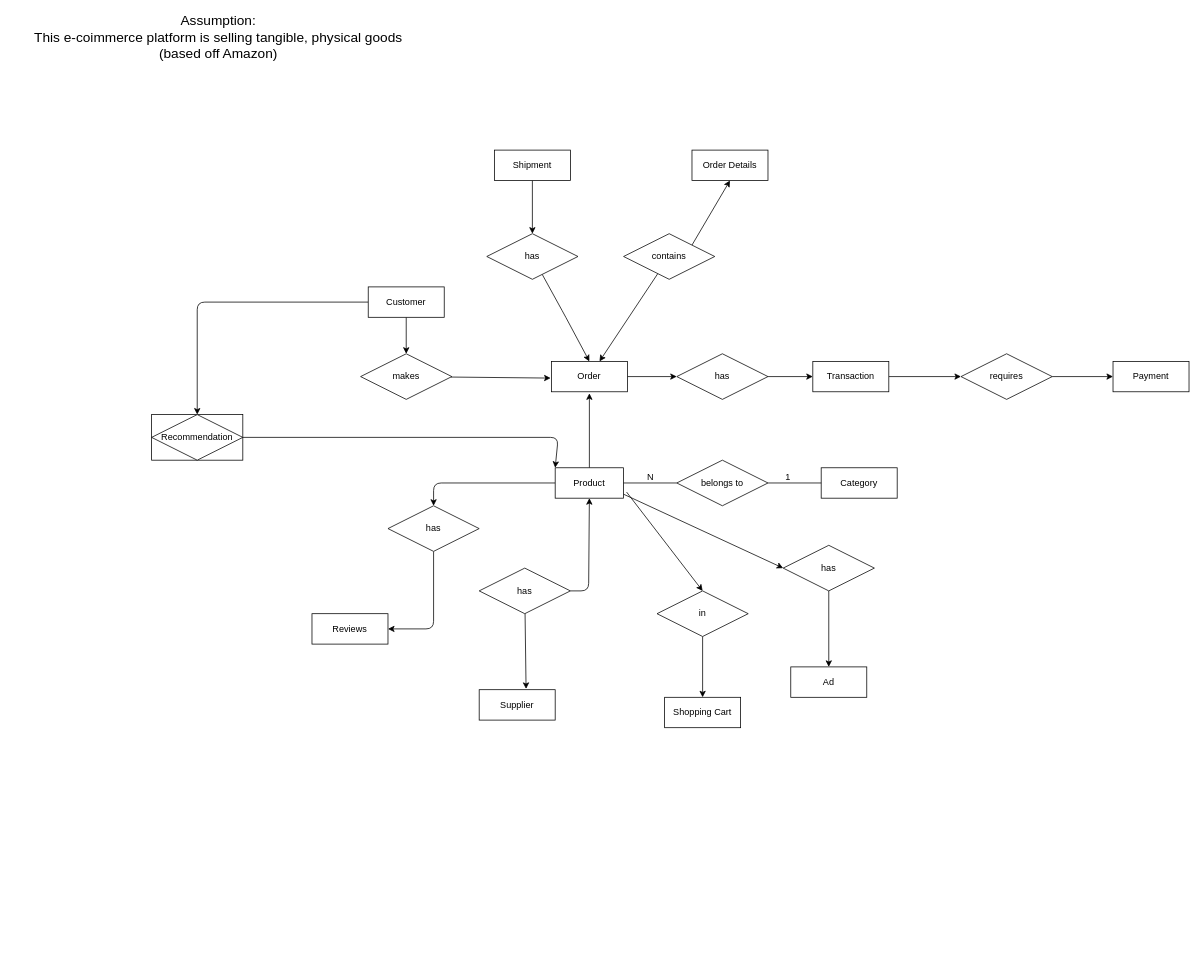
Earlier version of the draw.io diagram E_R_Diagram/Jeanne_ER (WIP).drawio (diego-karsa/Data-Management-Group-15). Source tidied: cells renumbered, new cells numbered last; positions are measured from the earlier drawing's top-left corner, leaving out a move shared by most shapes. Both pictures are drawn from the tidied source at 76%, with x=0, y=0 at pixel (13, 26).
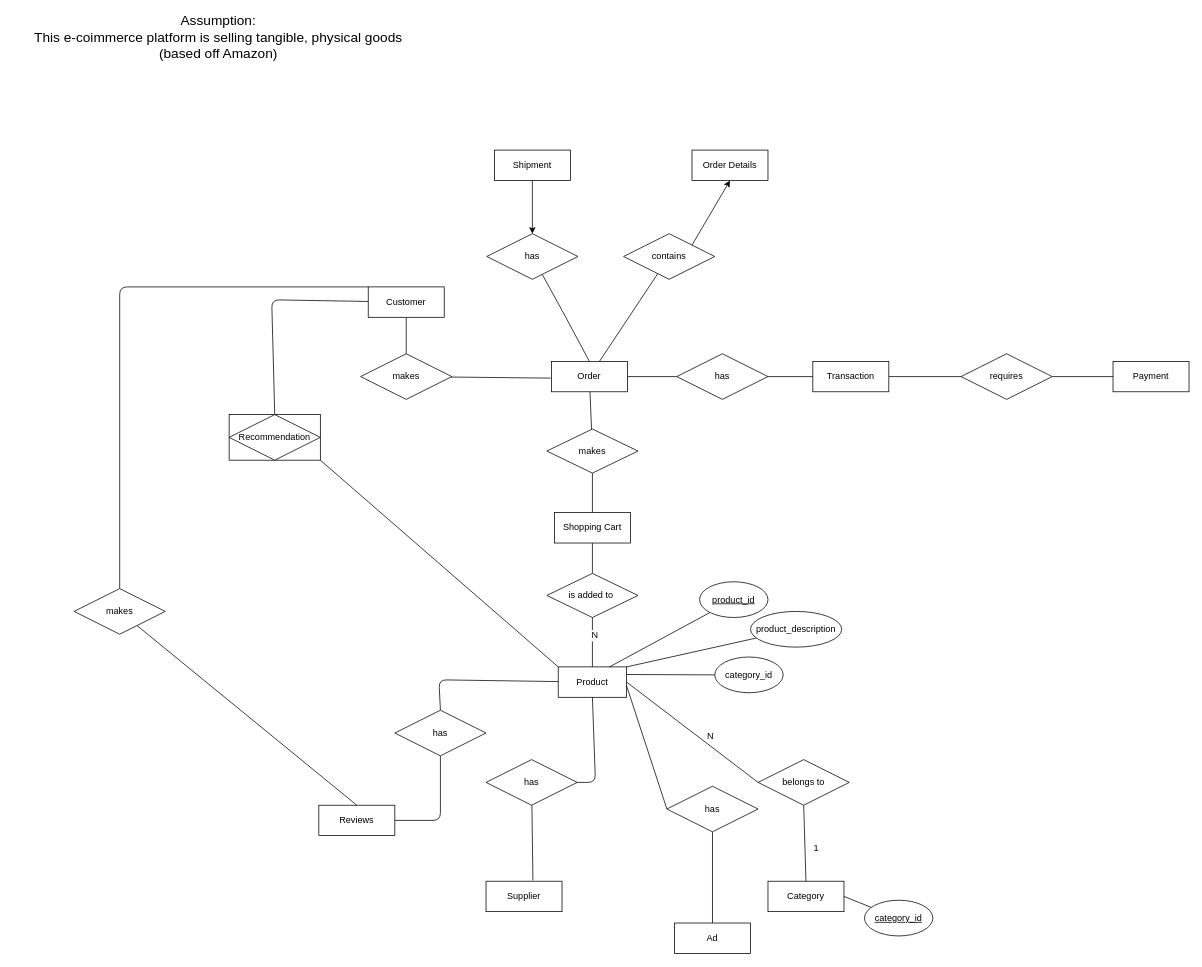
Above is the later version.

Unchanged cells that the change refers to:
```xml
<mxCell id="4" value="Customer" style="whiteSpace=wrap;html=1;align=center;" parent="1" vertex="1">
  <mxGeometry x="467" y="343" width="100" height="40" as="geometry" />
</mxCell>
<mxCell id="11" value="Order" style="whiteSpace=wrap;html=1;align=center;" parent="1" vertex="1">
  <mxGeometry x="708" y="441" width="100" height="40" as="geometry" />
</mxCell>
<mxCell id="18" style="endArrow=none;html=1;rounded=0;exitX=0;exitY=0.5;exitDx=0;exitDy=0;entryX=1;entryY=0.5;entryDx=0;entryDy=0;" parent="1" edge="1" source="15" target="9">
  <mxGeometry relative="1" as="geometry" />
</mxCell>
<mxCell id="21" value="Transaction" style="whiteSpace=wrap;html=1;align=center;" parent="1" vertex="1">
  <mxGeometry x="1052" y="441" width="100" height="40" as="geometry" />
</mxCell>
<mxCell id="22" value="Payment" style="whiteSpace=wrap;html=1;align=center;" parent="1" vertex="1">
  <mxGeometry x="1447" y="441" width="100" height="40" as="geometry" />
</mxCell>
<mxCell id="41" value="makes" style="shape=rhombus;perimeter=rhombusPerimeter;whiteSpace=wrap;html=1;align=center;" parent="1" vertex="1">
  <mxGeometry x="457" y="431" width="120" height="60" as="geometry" />
</mxCell>
<mxCell id="43" value="has" style="shape=rhombus;perimeter=rhombusPerimeter;whiteSpace=wrap;html=1;align=center;" parent="1" vertex="1">
  <mxGeometry x="623" y="273" width="120" height="60" as="geometry" />
</mxCell>
<mxCell id="47" value="contains" style="shape=rhombus;perimeter=rhombusPerimeter;whiteSpace=wrap;html=1;align=center;" parent="1" vertex="1">
  <mxGeometry x="803" y="273" width="120" height="60" as="geometry" />
</mxCell>
<mxCell id="49" value="requires" style="shape=rhombus;perimeter=rhombusPerimeter;whiteSpace=wrap;html=1;align=center;" parent="1" vertex="1">
  <mxGeometry x="1247" y="431" width="120" height="60" as="geometry" />
</mxCell>
<mxCell id="51" value="has" style="shape=rhombus;perimeter=rhombusPerimeter;whiteSpace=wrap;html=1;align=center;" parent="1" vertex="1">
  <mxGeometry x="873" y="431" width="120" height="60" as="geometry" />
</mxCell>
```

What changed in the source:
```diff
@@
-    <mxCell id="2" style="edgeStyle=none;html=1;entryX=0.5;entryY=0;entryDx=0;entryDy=0;endArrow=classic;endFill=1;" parent="1" edge="1" source="4" target="41">
+    <mxCell id="2" style="edgeStyle=none;html=1;entryX=0.5;entryY=0;entryDx=0;entryDy=0;endArrow=none;endFill=0;" parent="1" edge="1" source="4" target="41">
       <mxGeometry relative="1" as="geometry" />
     </mxCell>
-    <mxCell id="3" style="edgeStyle=none;html=1;entryX=0.5;entryY=0;entryDx=0;entryDy=0;" parent="1" edge="1" source="4" target="30">
+    <mxCell id="3" style="edgeStyle=none;html=1;entryX=0.5;entryY=0;entryDx=0;entryDy=0;endArrow=none;endFill=0;" parent="1" edge="1" source="4" target="30">
       <mxGeometry relative="1" as="geometry">
         <Array as="points">
-          <mxPoint x="242" y="363" />
+          <mxPoint x="340" y="360" />
         </Array>
       </mxGeometry>
     </mxCell>
@@
-    <mxCell id="5" style="edgeStyle=none;html=1;entryX=0.5;entryY=0;entryDx=0;entryDy=0;endArrow=classic;endFill=1;" parent="1" edge="1" source="9" target="32">
+    <mxCell id="5" style="edgeStyle=none;html=1;entryX=0.5;entryY=0;entryDx=0;entryDy=0;endArrow=none;endFill=0;" parent="1" edge="1" source="9" target="32">
       <mxGeometry relative="1" as="geometry">
         <Array as="points">
-          <mxPoint x="553" y="601" />
+          <mxPoint x="560" y="860" />
         </Array>
       </mxGeometry>
     </mxCell>
-    <mxCell id="6" style="edgeStyle=none;html=1;entryX=0.5;entryY=0;entryDx=0;entryDy=0;endArrow=classic;endFill=1;" parent="1" edge="1" target="37">
-      <mxGeometry relative="1" as="geometry">
-        <mxPoint x="807" y="613" as="sourcePoint" />
-      </mxGeometry>
-    </mxCell>
-    <mxCell id="7" style="edgeStyle=none;html=1;entryX=0;entryY=0.5;entryDx=0;entryDy=0;endArrow=classic;endFill=1;" parent="1" edge="1" target="39">
+    <mxCell id="7" style="edgeStyle=none;html=1;entryX=0;entryY=0.5;entryDx=0;entryDy=0;endArrow=none;endFill=0;" parent="1" edge="1" target="39">
       <mxGeometry relative="1" as="geometry">
-        <mxPoint x="797" y="613" as="sourcePoint" />
+        <mxPoint x="806" y="865" as="sourcePoint" />
       </mxGeometry>
     </mxCell>
-    <mxCell id="8" style="edgeStyle=none;html=1;endArrow=classic;endFill=1;" parent="1" edge="1" source="9">
-      <mxGeometry relative="1" as="geometry">
-        <mxPoint x="758" y="483" as="targetPoint" />
-      </mxGeometry>
-    </mxCell>
+    <mxCell id="52" style="edgeStyle=none;html=1;entryX=0.5;entryY=1;entryDx=0;entryDy=0;fontSize=18;endArrow=none;endFill=0;" parent="1" edge="1" source="9" target="37">
+      <mxGeometry relative="1" as="geometry" />
+    </mxCell>
+    <mxCell id="53" value="N" style="edgeLabel;html=1;align=center;verticalAlign=middle;fontSize=12;" parent="52" vertex="1">
+      <mxGeometry x="0.3" y="-2" relative="1" as="geometry" />
+    </mxCell>
     <mxCell id="9" value="Product" style="whiteSpace=wrap;html=1;align=center;" parent="1" vertex="1">
-      <mxGeometry x="713" y="581" width="90" height="40" as="geometry" />
+      <mxGeometry x="717" y="843" width="90" height="40" as="geometry" />
     </mxCell>
-    <mxCell id="10" style="edgeStyle=none;html=1;fontSize=18;" parent="1" edge="1" source="11" target="51">
+    <mxCell id="10" style="edgeStyle=none;html=1;fontSize=18;endArrow=none;endFill=0;" parent="1" edge="1" source="11" target="51">
       <mxGeometry relative="1" as="geometry" />
     </mxCell>
@@
     <mxCell id="12" value="Supplier" style="whiteSpace=wrap;html=1;align=center;" parent="1" vertex="1">
-      <mxGeometry x="613" y="873" width="100" height="40" as="geometry" />
+      <mxGeometry x="622" y="1125" width="100" height="40" as="geometry" />
     </mxCell>
     <mxCell id="13" value="Category" style="whiteSpace=wrap;html=1;align=center;" parent="1" vertex="1">
-      <mxGeometry x="1063" y="581" width="100" height="40" as="geometry" />
+      <mxGeometry x="993" y="1125" width="100" height="40" as="geometry" />
     </mxCell>
     <mxCell id="14" value="Ad" style="whiteSpace=wrap;html=1;align=center;" parent="1" vertex="1">
-      <mxGeometry x="1023" y="843" width="100" height="40" as="geometry" />
+      <mxGeometry x="870" y="1180" width="100" height="40" as="geometry" />
     </mxCell>
     <mxCell id="15" value="belongs to" style="shape=rhombus;perimeter=rhombusPerimeter;whiteSpace=wrap;html=1;align=center;" parent="1" vertex="1">
-      <mxGeometry x="873" y="571" width="120" height="60" as="geometry" />
+      <mxGeometry x="980" y="965" width="120" height="60" as="geometry" />
     </mxCell>
-    <mxCell id="16" style="endArrow=none;html=1;rounded=0;exitX=1;exitY=0.5;exitDx=0;exitDy=0;entryX=0;entryY=0.5;entryDx=0;entryDy=0;" parent="1" edge="1" source="15" target="13">
+    <mxCell id="16" style="endArrow=none;html=1;rounded=0;exitX=0.5;exitY=1;exitDx=0;exitDy=0;entryX=0.5;entryY=0;entryDx=0;entryDy=0;" parent="1" edge="1" source="15" target="13">
       <mxGeometry relative="1" as="geometry" />
     </mxCell>
     <mxCell id="17" value="1" style="html=1;align=right;verticalAlign=bottom;" parent="16" vertex="1">
       <mxGeometry x="1" relative="1" as="geometry">
-        <mxPoint x="-40" as="offset" />
+        <mxPoint x="17" y="-35" as="offset" />
       </mxGeometry>
     </mxCell>
@@
     <mxCell id="19" value="N" style="html=1;align=right;verticalAlign=bottom;" parent="18" vertex="1">
       <mxGeometry x="1" relative="1" as="geometry">
-        <mxPoint x="40" as="offset" />
+        <mxPoint x="115" y="80" as="offset" />
       </mxGeometry>
     </mxCell>
-    <mxCell id="20" style="edgeStyle=none;html=1;fontSize=18;" parent="1" edge="1" source="21" target="49">
+    <mxCell id="20" style="edgeStyle=none;html=1;fontSize=18;endArrow=none;endFill=0;" parent="1" edge="1" source="21" target="49">
       <mxGeometry relative="1" as="geometry" />
     </mxCell>
@@
+    <mxCell id="54" style="edgeStyle=none;html=1;fontSize=18;endArrow=none;endFill=0;" parent="1" edge="1" source="24" target="56">
+      <mxGeometry relative="1" as="geometry" />
+    </mxCell>
     <mxCell id="24" value="Shopping Cart" style="whiteSpace=wrap;html=1;align=center;" parent="1" vertex="1">
-      <mxGeometry x="857" y="883" width="100" height="40" as="geometry" />
+      <mxGeometry x="712" y="640" width="100" height="40" as="geometry" />
     </mxCell>
@@
     <mxCell id="27" value="Reviews" style="whiteSpace=wrap;html=1;align=center;" parent="1" vertex="1">
-      <mxGeometry x="393" y="773" width="100" height="40" as="geometry" />
+      <mxGeometry x="402" y="1025" width="100" height="40" as="geometry" />
     </mxCell>
     <mxCell id="28" style="rounded=0;whiteSpace=wrap;html=1;" parent="1" vertex="1">
-      <mxGeometry x="182" y="511" width="120" height="60" as="geometry" />
+      <mxGeometry x="284" y="511" width="120" height="60" as="geometry" />
     </mxCell>
-    <mxCell id="29" style="edgeStyle=none;html=1;entryX=0;entryY=0;entryDx=0;entryDy=0;" parent="1" edge="1" source="30" target="9">
-      <mxGeometry relative="1" as="geometry">
-        <Array as="points">
-          <mxPoint x="717" y="541" />
-        </Array>
-      </mxGeometry>
+    <mxCell id="29" style="edgeStyle=none;html=1;entryX=0;entryY=0;entryDx=0;entryDy=0;exitX=1;exitY=1;exitDx=0;exitDy=0;endArrow=none;endFill=0;" parent="1" edge="1" source="28" target="9">
+      <mxGeometry relative="1" as="geometry" />
     </mxCell>
     <mxCell id="30" value="Recommendation" style="rhombus;whiteSpace=wrap;html=1;" parent="1" vertex="1">
-      <mxGeometry x="182" y="511" width="120" height="60" as="geometry" />
+      <mxGeometry x="284" y="511" width="120" height="60" as="geometry" />
     </mxCell>
-    <mxCell id="31" style="edgeStyle=none;html=1;entryX=1;entryY=0.5;entryDx=0;entryDy=0;endArrow=classic;endFill=1;" parent="1" edge="1" source="32" target="27">
+    <mxCell id="31" style="edgeStyle=none;html=1;entryX=1;entryY=0.5;entryDx=0;entryDy=0;endArrow=none;endFill=0;" parent="1" edge="1" source="32" target="27">
       <mxGeometry relative="1" as="geometry">
         <Array as="points">
-          <mxPoint x="553" y="793" />
+          <mxPoint x="562" y="1045" />
         </Array>
       </mxGeometry>
     </mxCell>
     <mxCell id="32" value="has&lt;br&gt;" style="shape=rhombus;perimeter=rhombusPerimeter;whiteSpace=wrap;html=1;align=center;" parent="1" vertex="1">
-      <mxGeometry x="493" y="631" width="120" height="60" as="geometry" />
+      <mxGeometry x="502" y="900" width="120" height="60" as="geometry" />
     </mxCell>
-    <mxCell id="33" style="edgeStyle=none;html=1;entryX=0.617;entryY=-0.026;entryDx=0;entryDy=0;entryPerimeter=0;endArrow=classic;endFill=1;" parent="1" edge="1" source="35" target="12">
+    <mxCell id="33" style="edgeStyle=none;html=1;entryX=0.617;entryY=-0.026;entryDx=0;entryDy=0;entryPerimeter=0;endArrow=none;endFill=0;" parent="1" edge="1" source="35" target="12">
       <mxGeometry relative="1" as="geometry" />
     </mxCell>
-    <mxCell id="34" style="edgeStyle=none;html=1;entryX=0.5;entryY=1;entryDx=0;entryDy=0;endArrow=classic;endFill=1;" parent="1" edge="1" source="35" target="9">
+    <mxCell id="34" style="edgeStyle=none;html=1;entryX=0.5;entryY=1;entryDx=0;entryDy=0;endArrow=none;endFill=0;" parent="1" edge="1" source="35" target="9">
       <mxGeometry relative="1" as="geometry">
         <Array as="points">
-          <mxPoint x="757" y="743" />
+          <mxPoint x="766" y="995" />
         </Array>
       </mxGeometry>
     </mxCell>
     <mxCell id="35" value="has&lt;br&gt;" style="shape=rhombus;perimeter=rhombusPerimeter;whiteSpace=wrap;html=1;align=center;" parent="1" vertex="1">
-      <mxGeometry x="613" y="713" width="120" height="60" as="geometry" />
+      <mxGeometry x="622" y="965" width="120" height="60" as="geometry" />
     </mxCell>
-    <mxCell id="36" style="edgeStyle=none;html=1;endArrow=classic;endFill=1;" parent="1" edge="1" source="37" target="24">
+    <mxCell id="36" style="edgeStyle=none;html=1;endArrow=none;endFill=0;" parent="1" edge="1" source="37" target="24">
       <mxGeometry relative="1" as="geometry" />
     </mxCell>
-    <mxCell id="37" value="in" style="shape=rhombus;perimeter=rhombusPerimeter;whiteSpace=wrap;html=1;align=center;" parent="1" vertex="1">
-      <mxGeometry x="847" y="743" width="120" height="60" as="geometry" />
+    <mxCell id="37" value="is added to&amp;nbsp;" style="shape=rhombus;perimeter=rhombusPerimeter;whiteSpace=wrap;html=1;align=center;" parent="1" vertex="1">
+      <mxGeometry x="702" y="720" width="120" height="58" as="geometry" />
     </mxCell>
-    <mxCell id="38" style="edgeStyle=none;html=1;entryX=0.5;entryY=0;entryDx=0;entryDy=0;endArrow=classic;endFill=1;" parent="1" edge="1" source="39" target="14">
+    <mxCell id="38" style="edgeStyle=none;html=1;entryX=0.5;entryY=0;entryDx=0;entryDy=0;endArrow=none;endFill=0;" parent="1" edge="1" source="39" target="14">
       <mxGeometry relative="1" as="geometry" />
     </mxCell>
     <mxCell id="39" value="has" style="shape=rhombus;perimeter=rhombusPerimeter;whiteSpace=wrap;html=1;align=center;" parent="1" vertex="1">
-      <mxGeometry x="1013" y="683" width="120" height="60" as="geometry" />
+      <mxGeometry x="860" y="1000" width="120" height="60" as="geometry" />
     </mxCell>
-    <mxCell id="40" style="edgeStyle=none;html=1;endArrow=classic;endFill=1;" parent="1" edge="1" source="41">
+    <mxCell id="40" style="edgeStyle=none;html=1;endArrow=none;endFill=0;" parent="1" edge="1" source="41">
       <mxGeometry relative="1" as="geometry">
         <mxPoint x="707" y="463" as="targetPoint" />
       </mxGeometry>
     </mxCell>
@@
-    <mxCell id="42" style="edgeStyle=none;html=1;entryX=0.5;entryY=0;entryDx=0;entryDy=0;fontSize=18;" parent="1" edge="1" source="43" target="11">
+    <mxCell id="42" style="edgeStyle=none;html=1;entryX=0.5;entryY=0;entryDx=0;entryDy=0;fontSize=18;endArrow=none;endFill=0;" parent="1" edge="1" source="43" target="11">
       <mxGeometry relative="1" as="geometry">
         <Array as="points">
           <mxPoint x="727" y="383" />
         </Array>
       </mxGeometry>
     </mxCell>
@@
-    <mxCell id="45" style="edgeStyle=none;html=1;fontSize=18;" parent="1" edge="1" source="47" target="11">
+    <mxCell id="45" style="edgeStyle=none;html=1;fontSize=18;endArrow=none;endFill=0;" parent="1" edge="1" source="47" target="11">
       <mxGeometry relative="1" as="geometry" />
     </mxCell>
@@
-    <mxCell id="48" style="edgeStyle=none;html=1;entryX=0;entryY=0.5;entryDx=0;entryDy=0;fontSize=18;" parent="1" edge="1" source="49" target="22">
+    <mxCell id="48" style="edgeStyle=none;html=1;entryX=0;entryY=0.5;entryDx=0;entryDy=0;fontSize=18;endArrow=none;endFill=0;" parent="1" edge="1" source="49" target="22">
       <mxGeometry relative="1" as="geometry" />
     </mxCell>
@@
-    <mxCell id="50" style="edgeStyle=none;html=1;entryX=0;entryY=0.5;entryDx=0;entryDy=0;fontSize=18;" parent="1" edge="1" source="51" target="21">
+    <mxCell id="50" style="edgeStyle=none;html=1;entryX=0;entryY=0.5;entryDx=0;entryDy=0;fontSize=18;endArrow=none;endFill=0;" parent="1" edge="1" source="51" target="21">
       <mxGeometry relative="1" as="geometry" />
     </mxCell>
@@
+    <mxCell id="55" style="edgeStyle=none;html=1;fontSize=18;endArrow=none;endFill=0;" parent="1" edge="1" source="56" target="11">
+      <mxGeometry relative="1" as="geometry" />
+    </mxCell>
+    <mxCell id="56" value="makes" style="shape=rhombus;perimeter=rhombusPerimeter;whiteSpace=wrap;html=1;align=center;" parent="1" vertex="1">
+      <mxGeometry x="702" y="530" width="120" height="58" as="geometry" />
+    </mxCell>
+    <mxCell id="57" style="edgeStyle=none;html=1;entryX=0.75;entryY=0;entryDx=0;entryDy=0;fontSize=12;endArrow=none;endFill=0;" parent="1" edge="1" source="58" target="9">
+      <mxGeometry relative="1" as="geometry" />
+    </mxCell>
+    <mxCell id="58" value="product_id" style="ellipse;whiteSpace=wrap;html=1;fontSize=12;fontStyle=4;" parent="1" vertex="1">
+      <mxGeometry x="903" y="731" width="90" height="47" as="geometry" />
+    </mxCell>
+    <mxCell id="59" style="edgeStyle=none;html=1;entryX=0;entryY=0;entryDx=0;entryDy=0;fontSize=18;endArrow=none;endFill=0;" parent="1" edge="1" source="61" target="4">
+      <mxGeometry relative="1" as="geometry">
+        <Array as="points">
+          <mxPoint x="140" y="343" />
+        </Array>
+      </mxGeometry>
+    </mxCell>
+    <mxCell id="60" style="edgeStyle=none;html=1;entryX=0.5;entryY=0;entryDx=0;entryDy=0;fontSize=18;endArrow=none;endFill=0;" parent="1" edge="1" source="61" target="27">
+      <mxGeometry relative="1" as="geometry" />
+    </mxCell>
+    <mxCell id="61" value="makes" style="shape=rhombus;perimeter=rhombusPerimeter;whiteSpace=wrap;html=1;align=center;" parent="1" vertex="1">
+      <mxGeometry x="80" y="740" width="120" height="60" as="geometry" />
+    </mxCell>
+    <mxCell id="62" style="edgeStyle=none;html=1;entryX=1;entryY=0;entryDx=0;entryDy=0;fontSize=12;endArrow=none;endFill=0;" parent="1" edge="1" source="63" target="9">
+      <mxGeometry relative="1" as="geometry" />
+    </mxCell>
+    <mxCell id="63" value="product_description" style="ellipse;whiteSpace=wrap;html=1;fontSize=12;" parent="1" vertex="1">
+      <mxGeometry x="970" y="770" width="120" height="47" as="geometry" />
+    </mxCell>
+    <mxCell id="64" style="edgeStyle=none;html=1;entryX=1;entryY=0.25;entryDx=0;entryDy=0;fontSize=12;endArrow=none;endFill=0;" parent="1" edge="1" source="65" target="9">
+      <mxGeometry relative="1" as="geometry" />
+    </mxCell>
+    <mxCell id="65" value="category_id" style="ellipse;whiteSpace=wrap;html=1;fontSize=12;" parent="1" vertex="1">
+      <mxGeometry x="923" y="830" width="90" height="47" as="geometry" />
+    </mxCell>
+    <mxCell id="66" style="edgeStyle=none;html=1;entryX=1;entryY=0.5;entryDx=0;entryDy=0;fontSize=12;endArrow=none;endFill=0;" parent="1" edge="1" source="67" target="13">
+      <mxGeometry relative="1" as="geometry" />
+    </mxCell>
+    <mxCell id="67" value="category_id" style="ellipse;whiteSpace=wrap;html=1;fontSize=12;fontStyle=4;" parent="1" vertex="1">
+      <mxGeometry x="1120" y="1150" width="90" height="47" as="geometry" />
+    </mxCell>
```
